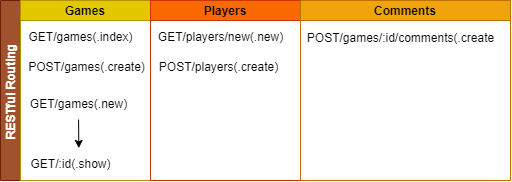
Earlier version of the draw.io export public/restful.drawio.png (amandaputney/project-2). Source tidied: cells renumbered, new cells last; positions are measured from the earlier drawing's top-left corner, leaving out a move shared by most shapes.
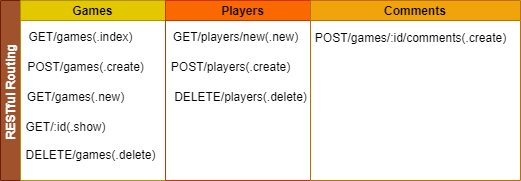
Above is the later version.

Commit message:
updates restful routes

What changed in the source:
```diff
@@ -3,39 +3,42 @@
     <mxCell id="0" />
     <mxCell id="1" parent="0" />
     <mxCell id="2" value="RESTful Routing" style="swimlane;startSize=20;horizontal=0;fillColor=#a0522d;fontColor=#ffffff;strokeColor=#6D1F00;swimlaneFillColor=default;" parent="1" vertex="1">
-      <mxGeometry width="300" height="180" as="geometry" />
+      <mxGeometry width="320" height="180" as="geometry" />
     </mxCell>
     <mxCell id="3" value="Games" style="swimlane;startSize=20;fillColor=#e3c800;fontColor=#000000;strokeColor=#B09500;labelBackgroundColor=none;" parent="2" vertex="1">
-      <mxGeometry x="20" width="130" height="180" as="geometry" />
+      <mxGeometry x="20" width="145" height="180" as="geometry" />
     </mxCell>
     <mxCell id="4" value="GET/games(.index)" style="text;html=1;align=center;verticalAlign=middle;strokeColor=none;fillColor=none;" parent="3" vertex="1">
       <mxGeometry x="-5" y="22" width="130" height="30" as="geometry" />
     </mxCell>
-    <mxCell id="5" style="edgeStyle=none;html=1;entryX=0.583;entryY=-0.041;entryDx=0;entryDy=0;entryPerimeter=0;" parent="3" edge="1" source="6" target="7">
-      <mxGeometry relative="1" as="geometry" />
-    </mxCell>
     <mxCell id="6" value="GET/games(.new)" style="text;html=1;align=center;verticalAlign=middle;points=[];strokeColor=none;fillColor=none;" parent="3" vertex="1">
-      <mxGeometry x="-2" y="89" width="120" height="30" as="geometry" />
+      <mxGeometry x="-5" y="82" width="120" height="30" as="geometry" />
     </mxCell>
     <mxCell id="7" value="GET/:id(.show)" style="text;html=1;align=center;verticalAlign=middle;points=[];strokeColor=none;fillColor=none;" parent="3" vertex="1">
-      <mxGeometry y="149" width="100" height="30" as="geometry" />
+      <mxGeometry x="-5" y="112" width="100" height="30" as="geometry" />
     </mxCell>
     <mxCell id="8" value="POST/games(.create)" style="text;html=1;align=center;verticalAlign=middle;strokeColor=none;fillColor=none;" parent="3" vertex="1">
-      <mxGeometry x="-4" y="52" width="140" height="30" as="geometry" />
+      <mxGeometry x="-5" y="52" width="140" height="30" as="geometry" />
     </mxCell>
+    <mxCell id="14" value="DELETE/games(.delete)" style="text;html=1;align=center;verticalAlign=middle;strokeColor=none;fillColor=none;" parent="3" vertex="1">
+      <mxGeometry x="-5" y="140" width="150" height="30" as="geometry" />
+    </mxCell>
     <mxCell id="9" value="Players" style="swimlane;startSize=20;fillColor=#fa6800;fontColor=#000000;strokeColor=#C73500;" parent="2" vertex="1">
-      <mxGeometry x="150" width="150" height="180" as="geometry" />
+      <mxGeometry x="165" width="155" height="180" as="geometry" />
     </mxCell>
     <mxCell id="10" value="GET/players/new(.new)" style="text;html=1;align=center;verticalAlign=middle;strokeColor=none;fillColor=none;" parent="9" vertex="1">
       <mxGeometry x="-5" y="22" width="150" height="30" as="geometry" />
     </mxCell>
     <mxCell id="11" value="POST/players(.create)" style="text;html=1;align=center;verticalAlign=middle;strokeColor=none;fillColor=none;" parent="9" vertex="1">
-      <mxGeometry x="-2" y="52" width="140" height="30" as="geometry" />
+      <mxGeometry x="-5" y="52" width="140" height="30" as="geometry" />
     </mxCell>
+    <mxCell id="15" value="DELETE/players(.delete)" style="text;html=1;align=center;verticalAlign=middle;strokeColor=none;fillColor=none;" parent="9" vertex="1">
+      <mxGeometry x="-5" y="82" width="160" height="30" as="geometry" />
+    </mxCell>
     <mxCell id="12" value="Comments" style="swimlane;startSize=20;fillColor=#f0a30a;fontColor=#000000;strokeColor=#BD7000;swimlaneFillColor=default;" parent="1" vertex="1">
-      <mxGeometry x="300" width="210" height="180" as="geometry" />
+      <mxGeometry x="310" width="210" height="180" as="geometry" />
     </mxCell>
-    <mxCell id="13" value="POST/games/:id/comments(.create" style="text;html=1;align=center;verticalAlign=middle;strokeColor=none;fillColor=none;" parent="12" vertex="1">
+    <mxCell id="13" value="POST/games/:id/comments(.create)" style="text;html=1;align=center;verticalAlign=middle;strokeColor=none;fillColor=none;" parent="12" vertex="1">
       <mxGeometry x="-5" y="23" width="210" height="30" as="geometry" />
     </mxCell>
   </root>
```
